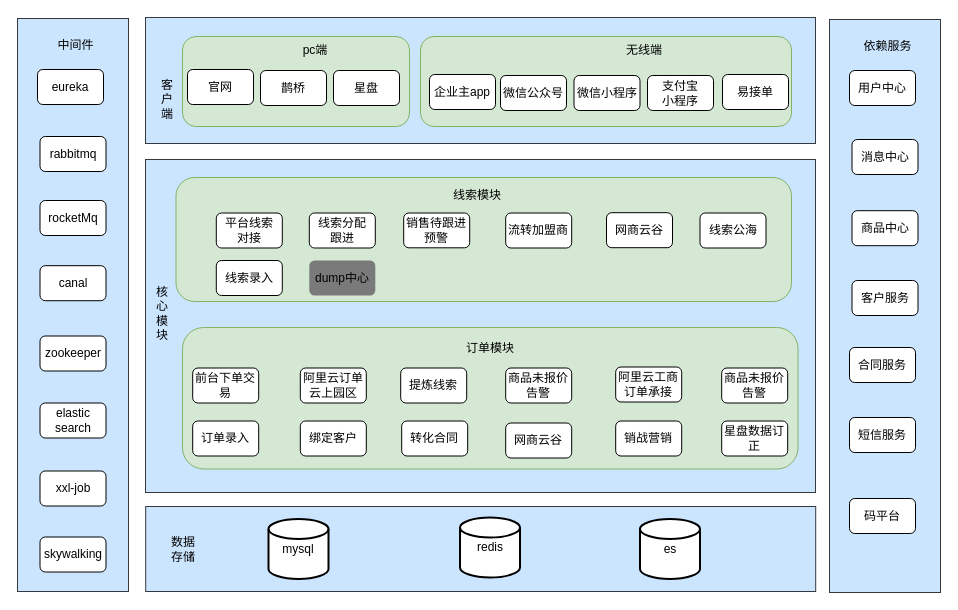
Before: 订单架构图.drawio in zhaoershuang/flow-chart, a draw.io diagram. Source tidied: cells renumbered, new cells numbered last; positions are measured from the earlier drawing's top-left corner, leaving out a move shared by most shapes. Both pictures are drawn from the tidied source at 100%, with x=0, y=0 at pixel (17, 17).
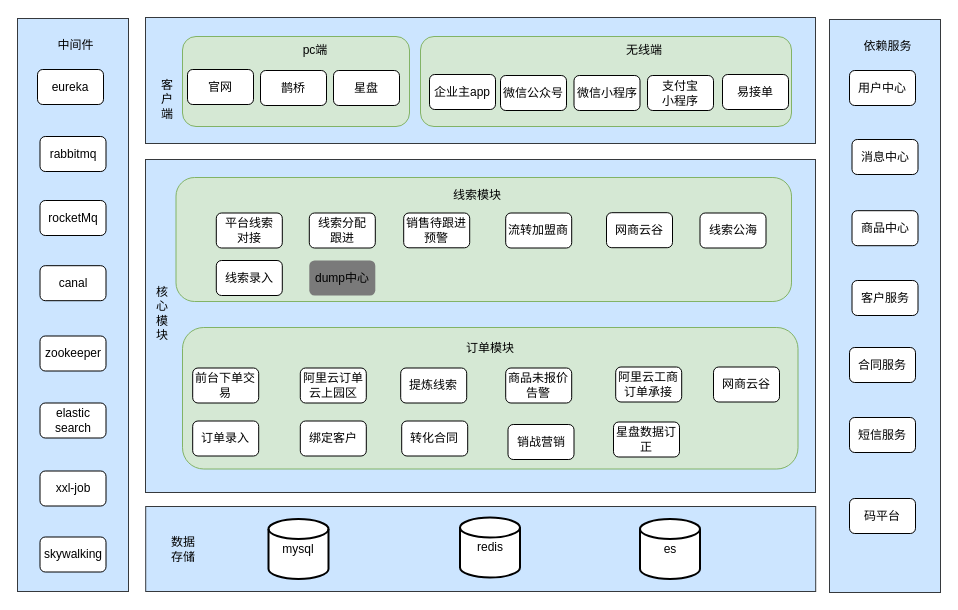
After the change.

Commit message:
更新订单架构图.drawio

What changed in the source:
```diff
@@
     <mxCell id="23" value="销战营销" style="rounded=1;whiteSpace=wrap;html=1;" parent="1" vertex="1">
-      <mxGeometry x="598.2" y="403.5" width="66" height="35" as="geometry" />
+      <mxGeometry x="490.5" y="407" width="66" height="35" as="geometry" />
     </mxCell>
@@
     <mxCell id="27" value="星盘数据订正" style="rounded=1;whiteSpace=wrap;html=1;" parent="1" vertex="1">
-      <mxGeometry x="704.2" y="403.5" width="66" height="35" as="geometry" />
+      <mxGeometry x="596" y="404.5" width="66" height="35" as="geometry" />
     </mxCell>
-    <mxCell id="28" value="商品未报价告警" style="rounded=1;whiteSpace=wrap;html=1;" parent="1" vertex="1">
-      <mxGeometry x="704.2" y="350.5" width="66" height="35" as="geometry" />
-    </mxCell>
     <mxCell id="29" value="网商云谷" style="rounded=1;whiteSpace=wrap;html=1;" parent="1" vertex="1">
-      <mxGeometry x="488.2" y="405.5" width="66" height="35" as="geometry" />
+      <mxGeometry x="696" y="349.5" width="66" height="35" as="geometry" />
     </mxCell>
```
